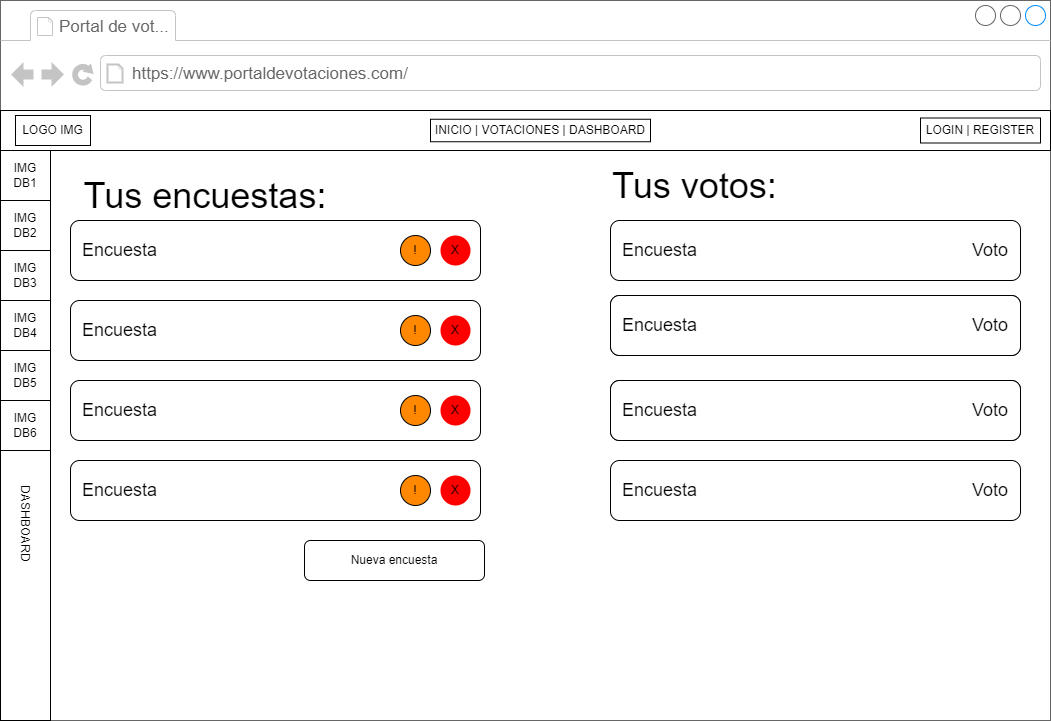
Above: wireframes/DASHBOARD INFO.png in ErikTamanoSantos/Proyecto_Vota (draw.io), before the change. Source tidied: cells renumbered, new cells last; positions are measured from the earlier drawing's top-left corner, leaving out a move shared by most shapes.
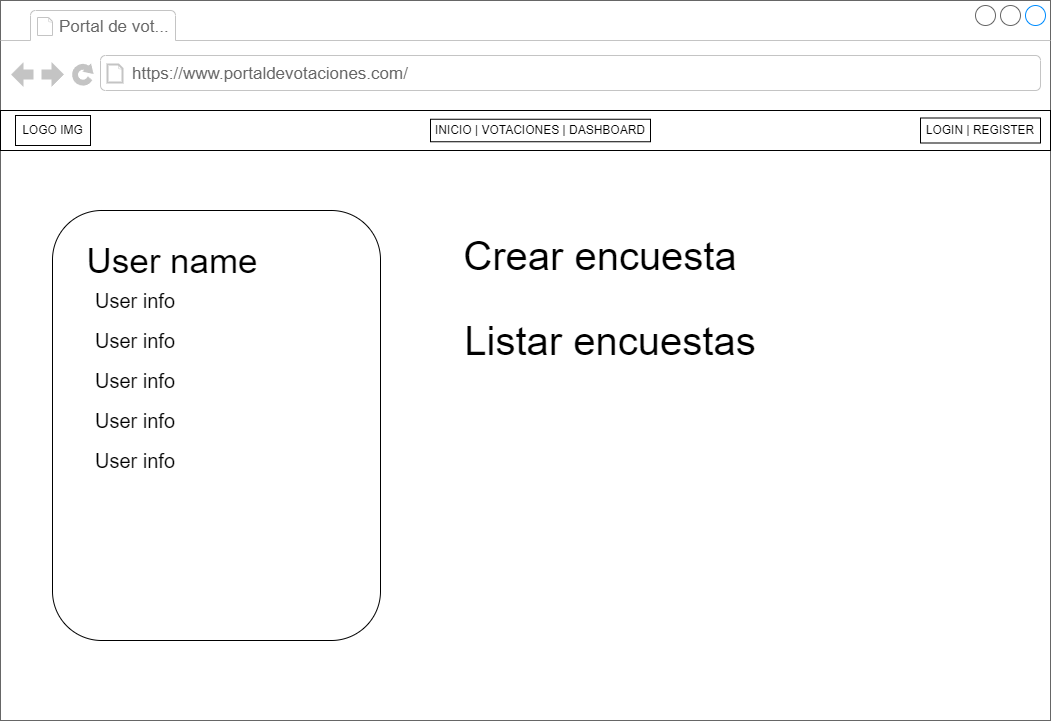
After the commit.

What changed in the source:
```diff
@@ -29,107 +29,32 @@
     <mxCell id="10" value="INICIO | VOTACIONES | DASHBOARD" style="rounded=0;whiteSpace=wrap;html=1;" parent="2" vertex="1">
       <mxGeometry x="430" y="118.8" width="220" height="22.5" as="geometry" />
     </mxCell>
-    <mxCell id="11" style="rounded=0;whiteSpace=wrap;html=1;" parent="2" vertex="1">
-      <mxGeometry y="150" width="50" height="570" as="geometry" />
-    </mxCell>
-    <mxCell id="12" value="IMG DB1" style="rounded=0;whiteSpace=wrap;html=1;" parent="2" vertex="1">
-      <mxGeometry y="150" width="50" height="50" as="geometry" />
-    </mxCell>
-    <mxCell id="13" style="rounded=0;whiteSpace=wrap;html=1;" parent="2" vertex="1">
-      <mxGeometry y="200" width="50" height="50" as="geometry" />
-    </mxCell>
-    <mxCell id="14" style="rounded=0;whiteSpace=wrap;html=1;" parent="2" vertex="1">
-      <mxGeometry y="250" width="50" height="50" as="geometry" />
-    </mxCell>
-    <mxCell id="15" style="rounded=0;whiteSpace=wrap;html=1;" parent="2" vertex="1">
-      <mxGeometry y="300" width="50" height="50" as="geometry" />
-    </mxCell>
-    <mxCell id="16" style="rounded=0;whiteSpace=wrap;html=1;" parent="2" vertex="1">
-      <mxGeometry y="350" width="50" height="50" as="geometry" />
-    </mxCell>
-    <mxCell id="17" style="rounded=0;whiteSpace=wrap;html=1;" parent="2" vertex="1">
-      <mxGeometry y="400" width="50" height="50" as="geometry" />
-    </mxCell>
-    <mxCell id="18" value="IMG DB2" style="rounded=0;whiteSpace=wrap;html=1;" parent="2" vertex="1">
-      <mxGeometry y="200" width="50" height="50" as="geometry" />
-    </mxCell>
-    <mxCell id="19" value="IMG DB3" style="rounded=0;whiteSpace=wrap;html=1;" parent="2" vertex="1">
-      <mxGeometry y="250" width="50" height="50" as="geometry" />
-    </mxCell>
-    <mxCell id="20" value="DASHBOARD&amp;nbsp;&lt;br&gt;" style="text;html=1;strokeColor=none;fillColor=none;align=center;verticalAlign=middle;whiteSpace=wrap;rounded=0;rotation=90;" parent="2" vertex="1">
-      <mxGeometry x="-30" y="510" width="110" height="30" as="geometry" />
-    </mxCell>
-    <mxCell id="21" value="IMG DB4" style="rounded=0;whiteSpace=wrap;html=1;" parent="2" vertex="1">
-      <mxGeometry y="300" width="50" height="50" as="geometry" />
-    </mxCell>
-    <mxCell id="22" value="IMG DB5" style="rounded=0;whiteSpace=wrap;html=1;" parent="2" vertex="1">
-      <mxGeometry y="350" width="50" height="50" as="geometry" />
-    </mxCell>
-    <mxCell id="23" value="IMG DB6" style="rounded=0;whiteSpace=wrap;html=1;" parent="2" vertex="1">
-      <mxGeometry y="400" width="50" height="50" as="geometry" />
-    </mxCell>
-    <mxCell id="24" value="&lt;font style=&quot;font-size: 36px;&quot;&gt;Tus encuestas:&lt;/font&gt;" style="text;html=1;strokeColor=none;fillColor=none;align=center;verticalAlign=middle;whiteSpace=wrap;rounded=0;" parent="2" vertex="1">
-      <mxGeometry x="70" y="180" width="270" height="30" as="geometry" />
-    </mxCell>
-    <mxCell id="25" value="&lt;font style=&quot;font-size: 18px;&quot;&gt;&amp;nbsp; Encuesta&lt;/font&gt;" style="rounded=1;whiteSpace=wrap;html=1;align=left;" parent="2" vertex="1">
-      <mxGeometry x="70" y="220" width="410" height="60" as="geometry" />
-    </mxCell>
-    <mxCell id="26" value="!" style="ellipse;whiteSpace=wrap;html=1;fillColor=#FF8800;" parent="2" vertex="1">
-      <mxGeometry x="400" y="235" width="30" height="30" as="geometry" />
-    </mxCell>
-    <mxCell id="27" value="X" style="ellipse;whiteSpace=wrap;html=1;strokeColor=none;fillColor=#FF0000;" parent="2" vertex="1">
-      <mxGeometry x="440" y="235" width="30" height="30" as="geometry" />
-    </mxCell>
-    <mxCell id="28" value="&lt;font style=&quot;font-size: 36px;&quot;&gt;Tus votos:&lt;/font&gt;" style="text;html=1;strokeColor=none;fillColor=none;align=left;verticalAlign=middle;whiteSpace=wrap;rounded=0;" parent="2" vertex="1">
-      <mxGeometry x="610" y="170" width="270" height="30" as="geometry" />
-    </mxCell>
-    <mxCell id="29" value="&lt;font style=&quot;font-size: 18px;&quot;&gt;&amp;nbsp; Encuesta&lt;/font&gt;" style="rounded=1;whiteSpace=wrap;html=1;align=left;" parent="2" vertex="1">
-      <mxGeometry x="70" y="300" width="410" height="60" as="geometry" />
-    </mxCell>
-    <mxCell id="30" value="&lt;font style=&quot;font-size: 18px;&quot;&gt;&amp;nbsp; Encuesta&lt;/font&gt;" style="rounded=1;whiteSpace=wrap;html=1;align=left;" parent="2" vertex="1">
-      <mxGeometry x="70" y="380" width="410" height="60" as="geometry" />
-    </mxCell>
-    <mxCell id="31" value="&lt;font style=&quot;font-size: 18px;&quot;&gt;&amp;nbsp; Encuesta&lt;/font&gt;" style="rounded=1;whiteSpace=wrap;html=1;align=left;" parent="2" vertex="1">
-      <mxGeometry x="70" y="460" width="410" height="60" as="geometry" />
-    </mxCell>
-    <mxCell id="32" value="!" style="ellipse;whiteSpace=wrap;html=1;fillColor=#FF8800;" parent="2" vertex="1">
-      <mxGeometry x="400" y="315" width="30" height="30" as="geometry" />
-    </mxCell>
-    <mxCell id="33" value="!" style="ellipse;whiteSpace=wrap;html=1;fillColor=#FF8800;" parent="2" vertex="1">
-      <mxGeometry x="400" y="395" width="30" height="30" as="geometry" />
-    </mxCell>
-    <mxCell id="34" value="!" style="ellipse;whiteSpace=wrap;html=1;fillColor=#FF8800;" parent="2" vertex="1">
-      <mxGeometry x="400" y="475" width="30" height="30" as="geometry" />
-    </mxCell>
-    <mxCell id="35" value="X" style="ellipse;whiteSpace=wrap;html=1;strokeColor=none;fillColor=#FF0000;" parent="2" vertex="1">
-      <mxGeometry x="440" y="315" width="30" height="30" as="geometry" />
-    </mxCell>
-    <mxCell id="36" value="X" style="ellipse;whiteSpace=wrap;html=1;strokeColor=none;fillColor=#FF0000;" parent="2" vertex="1">
-      <mxGeometry x="440" y="395" width="30" height="30" as="geometry" />
-    </mxCell>
-    <mxCell id="37" value="X" style="ellipse;whiteSpace=wrap;html=1;strokeColor=none;fillColor=#FF0000;" parent="2" vertex="1">
-      <mxGeometry x="440" y="475" width="30" height="30" as="geometry" />
-    </mxCell>
-    <mxCell id="38" value="&lt;font style=&quot;font-size: 18px;&quot;&gt;&amp;nbsp; Encuesta&lt;span style=&quot;white-space: pre;&quot;&gt;&#9;&lt;/span&gt;&lt;span style=&quot;white-space: pre;&quot;&gt;&#9;&lt;/span&gt;&lt;span style=&quot;white-space: pre;&quot;&gt;&#9;&lt;/span&gt;&lt;span style=&quot;white-space: pre;&quot;&gt;&#9;&lt;/span&gt;&lt;span style=&quot;white-space: pre;&quot;&gt;&#9;&lt;span style=&quot;white-space: pre;&quot;&gt;&#9;&lt;/span&gt;&lt;/span&gt;&lt;span style=&quot;white-space: pre;&quot;&gt;&#9;&lt;/span&gt;Voto&lt;/font&gt;" style="rounded=1;whiteSpace=wrap;html=1;align=left;" parent="2" vertex="1">
-      <mxGeometry x="610" y="220" width="410" height="60" as="geometry" />
-    </mxCell>
-    <mxCell id="39" value="&lt;font style=&quot;font-size: 18px;&quot;&gt;&amp;nbsp; Encuesta&lt;span style=&quot;white-space: pre;&quot;&gt;&#9;&lt;/span&gt;&lt;span style=&quot;white-space: pre;&quot;&gt;&#9;&lt;/span&gt;&lt;span style=&quot;white-space: pre;&quot;&gt;&#9;&lt;/span&gt;&lt;span style=&quot;white-space: pre;&quot;&gt;&#9;&lt;/span&gt;&lt;span style=&quot;white-space: pre;&quot;&gt;&#9;&lt;/span&gt;&lt;span style=&quot;white-space: pre;&quot;&gt;&#9;&lt;/span&gt;Voto&lt;/font&gt;" style="rounded=1;whiteSpace=wrap;html=1;align=left;" parent="2" vertex="1">
-      <mxGeometry x="610" y="295" width="410" height="60" as="geometry" />
-    </mxCell>
-    <mxCell id="40" value="&amp;nbsp; Encuesta&lt;span style=&quot;border-color: var(--border-color); font-size: 18px;&quot;&gt;&lt;span style=&quot;white-space: pre;&quot;&gt;&amp;nbsp;&amp;nbsp;&amp;nbsp;&amp;nbsp;&lt;/span&gt;&lt;/span&gt;&lt;span style=&quot;border-color: var(--border-color); font-size: 18px;&quot;&gt;&lt;span style=&quot;white-space: pre;&quot;&gt;&amp;nbsp;&amp;nbsp;&amp;nbsp;&amp;nbsp;&lt;/span&gt;&lt;/span&gt;&lt;span style=&quot;border-color: var(--border-color); font-size: 18px;&quot;&gt;&lt;span style=&quot;white-space: pre;&quot;&gt;&amp;nbsp;&amp;nbsp;&amp;nbsp;&amp;nbsp;&lt;/span&gt;&lt;/span&gt;&lt;span style=&quot;border-color: var(--border-color); font-size: 18px;&quot;&gt;&lt;span style=&quot;white-space: pre;&quot;&gt;&amp;nbsp;&amp;nbsp;&amp;nbsp;&amp;nbsp;&lt;/span&gt;&lt;/span&gt;&lt;span style=&quot;border-color: var(--border-color); font-size: 18px;&quot;&gt;&lt;span style=&quot;white-space: pre;&quot;&gt;&amp;nbsp;&amp;nbsp;&amp;nbsp;&amp;nbsp;&lt;/span&gt;&lt;/span&gt;&lt;span style=&quot;border-color: var(--border-color); font-size: 18px;&quot;&gt;&lt;span style=&quot;white-space: pre;&quot;&gt;&amp;nbsp;&amp;nbsp;&amp;nbsp;&amp;nbsp;&lt;/span&gt;&lt;/span&gt;&lt;span style=&quot;font-size: 18px;&quot;&gt;Voto&lt;/span&gt;" style="rounded=1;whiteSpace=wrap;html=1;align=left;" parent="2" vertex="1">
-      <mxGeometry x="610" y="380" width="410" height="60" as="geometry" />
-    </mxCell>
-    <mxCell id="41" value="&lt;font style=&quot;font-size: 18px;&quot;&gt;&amp;nbsp; Encuesta&lt;span style=&quot;white-space: pre;&quot;&gt;&#9;&lt;/span&gt;&lt;span style=&quot;white-space: pre;&quot;&gt;&#9;&lt;/span&gt;&lt;span style=&quot;white-space: pre;&quot;&gt;&#9;&lt;/span&gt;&lt;span style=&quot;white-space: pre;&quot;&gt;&#9;&lt;/span&gt;&lt;span style=&quot;white-space: pre;&quot;&gt;&#9;&lt;span style=&quot;white-space: pre;&quot;&gt;&#9;&lt;/span&gt;&lt;/span&gt;&lt;span style=&quot;white-space: pre;&quot;&gt;&#9;&lt;/span&gt;Voto&lt;/font&gt;" style="rounded=1;whiteSpace=wrap;html=1;align=left;" parent="2" vertex="1">
-      <mxGeometry x="610" y="460" width="410" height="60" as="geometry" />
-    </mxCell>
-    <mxCell id="42" value="&lt;font style=&quot;font-size: 18px;&quot;&gt;&amp;nbsp; Encuesta&lt;span style=&quot;white-space: pre;&quot;&gt;&#9;&lt;/span&gt;&lt;span style=&quot;white-space: pre;&quot;&gt;&#9;&lt;/span&gt;&lt;span style=&quot;white-space: pre;&quot;&gt;&#9;&lt;/span&gt;&lt;span style=&quot;white-space: pre;&quot;&gt;&#9;&lt;/span&gt;&lt;span style=&quot;white-space: pre;&quot;&gt;&#9;&lt;span style=&quot;white-space: pre;&quot;&gt;&#9;&lt;/span&gt;&lt;/span&gt;&lt;span style=&quot;white-space: pre;&quot;&gt;&#9;&lt;/span&gt;Voto&lt;/font&gt;" style="rounded=1;whiteSpace=wrap;html=1;align=left;" parent="2" vertex="1">
-      <mxGeometry x="610" y="380" width="410" height="60" as="geometry" />
-    </mxCell>
-    <mxCell id="43" value="&lt;font style=&quot;font-size: 18px;&quot;&gt;&amp;nbsp; Encuesta&lt;span style=&quot;white-space: pre;&quot;&gt;&#9;&lt;/span&gt;&lt;span style=&quot;white-space: pre;&quot;&gt;&#9;&lt;/span&gt;&lt;span style=&quot;white-space: pre;&quot;&gt;&#9;&lt;/span&gt;&lt;span style=&quot;white-space: pre;&quot;&gt;&#9;&lt;span style=&quot;white-space: pre;&quot;&gt;&#9;&lt;/span&gt;&lt;/span&gt;&lt;span style=&quot;white-space: pre;&quot;&gt;&#9;&lt;/span&gt;&lt;span style=&quot;white-space: pre;&quot;&gt;&#9;&lt;/span&gt;Voto&lt;/font&gt;" style="rounded=1;whiteSpace=wrap;html=1;align=left;" parent="2" vertex="1">
-      <mxGeometry x="610" y="295" width="410" height="60" as="geometry" />
-    </mxCell>
-    <mxCell id="44" value="Nueva encuesta" style="rounded=1;whiteSpace=wrap;html=1;" parent="2" vertex="1">
-      <mxGeometry x="304" y="540" width="180" height="40" as="geometry" />
-    </mxCell>
+    <mxCell id="45" style="rounded=1;whiteSpace=wrap;html=1;" parent="2" vertex="1">
+      <mxGeometry x="52" y="210" width="328" height="430" as="geometry" />
+    </mxCell>
+    <mxCell id="46" value="&lt;font style=&quot;font-size: 35px;&quot;&gt;User name&lt;/font&gt;" style="text;html=1;strokeColor=none;fillColor=none;align=center;verticalAlign=middle;whiteSpace=wrap;rounded=0;" parent="2" vertex="1">
+      <mxGeometry x="52" y="220" width="240" height="80" as="geometry" />
+    </mxCell>
+    <mxCell id="47" value="&lt;span style=&quot;font-size: 20px;&quot;&gt;User info&lt;br&gt;&lt;/span&gt;" style="text;html=1;strokeColor=none;fillColor=none;align=center;verticalAlign=middle;whiteSpace=wrap;rounded=0;" parent="2" vertex="1">
+      <mxGeometry x="15" y="260" width="240" height="80" as="geometry" />
+    </mxCell>
+    <mxCell id="48" value="&lt;span style=&quot;font-size: 20px;&quot;&gt;User info&lt;br&gt;&lt;/span&gt;" style="text;html=1;strokeColor=none;fillColor=none;align=center;verticalAlign=middle;whiteSpace=wrap;rounded=0;" parent="2" vertex="1">
+      <mxGeometry x="15" y="300" width="240" height="80" as="geometry" />
+    </mxCell>
+    <mxCell id="49" value="&lt;span style=&quot;font-size: 20px;&quot;&gt;User info&lt;br&gt;&lt;/span&gt;" style="text;html=1;strokeColor=none;fillColor=none;align=center;verticalAlign=middle;whiteSpace=wrap;rounded=0;" parent="2" vertex="1">
+      <mxGeometry x="15" y="340" width="240" height="80" as="geometry" />
+    </mxCell>
+    <mxCell id="50" value="&lt;span style=&quot;font-size: 20px;&quot;&gt;User info&lt;br&gt;&lt;/span&gt;" style="text;html=1;strokeColor=none;fillColor=none;align=center;verticalAlign=middle;whiteSpace=wrap;rounded=0;" parent="2" vertex="1">
+      <mxGeometry x="15" y="380" width="240" height="80" as="geometry" />
+    </mxCell>
+    <mxCell id="51" value="&lt;span style=&quot;font-size: 20px;&quot;&gt;User info&lt;br&gt;&lt;/span&gt;" style="text;html=1;strokeColor=none;fillColor=none;align=center;verticalAlign=middle;whiteSpace=wrap;rounded=0;" parent="2" vertex="1">
+      <mxGeometry x="15" y="420" width="240" height="80" as="geometry" />
+    </mxCell>
+    <mxCell id="52" value="&lt;font style=&quot;font-size: 40px;&quot;&gt;Crear encuesta&lt;/font&gt;" style="text;html=1;strokeColor=none;fillColor=none;align=center;verticalAlign=middle;whiteSpace=wrap;rounded=0;" parent="2" vertex="1">
+      <mxGeometry x="380" y="240" width="440" height="30" as="geometry" />
+    </mxCell>
+    <mxCell id="53" value="&lt;font style=&quot;font-size: 40px;&quot;&gt;Listar encuestas&lt;/font&gt;" style="text;html=1;strokeColor=none;fillColor=none;align=center;verticalAlign=middle;whiteSpace=wrap;rounded=0;" parent="2" vertex="1">
+      <mxGeometry x="390" y="325" width="440" height="30" as="geometry" />
+    </mxCell>
   </root>
 </mxGraphModel>
```
